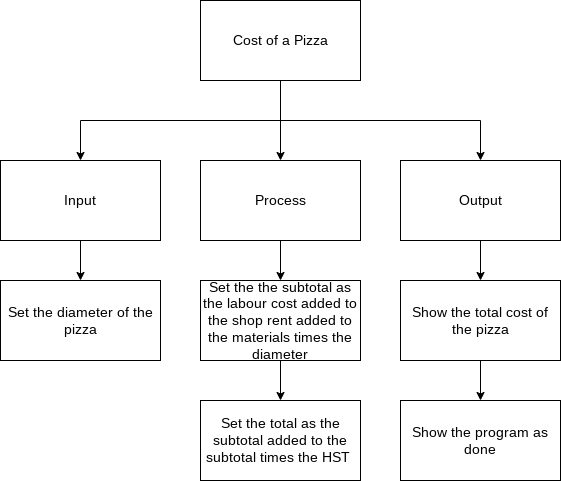
This is design/top_down.png from CristianoSellitto/ICS3U-Unit2-04-Python, a draw.io export, as it was before one commit. Source tidied: cells renumbered, new cells last; positions are measured from the earlier drawing's top-left corner, leaving out a move shared by most shapes.
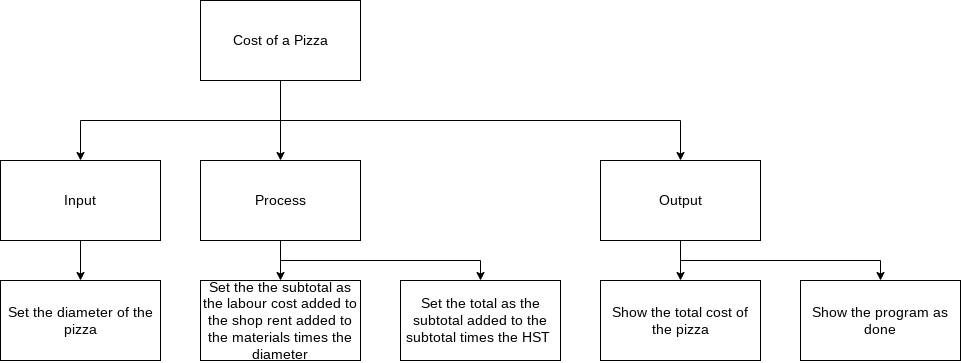
The same file after the commit.

Commit message:
Changed top down design

What changed in the source:
```diff
@@ -13,11 +13,11 @@
         </Array>
       </mxGeometry>
     </mxCell>
-    <mxCell id="4" style="edgeStyle=orthogonalEdgeStyle;rounded=0;html=1;fontSize=14;" parent="1" edge="1" source="5" target="11">
+    <mxCell id="4" style="edgeStyle=orthogonalEdgeStyle;rounded=0;html=1;fontSize=14;entryX=0.5;entryY=0;entryDx=0;entryDy=0;" parent="1" edge="1" source="5" target="11">
       <mxGeometry relative="1" as="geometry">
         <Array as="points">
           <mxPoint x="280" y="120" />
-          <mxPoint x="480" y="120" />
+          <mxPoint x="680" y="120" />
         </Array>
       </mxGeometry>
     </mxCell>
@@ -27,6 +27,9 @@
     <mxCell id="6" style="edgeStyle=orthogonalEdgeStyle;rounded=0;html=1;entryX=0.5;entryY=0;entryDx=0;entryDy=0;fontSize=14;" parent="1" edge="1" source="7" target="14">
       <mxGeometry relative="1" as="geometry" />
     </mxCell>
+    <mxCell id="13" style="edgeStyle=orthogonalEdgeStyle;rounded=0;html=1;entryX=0.5;entryY=0;entryDx=0;entryDy=0;jumpStyle=none;exitX=0.5;exitY=1;exitDx=0;exitDy=0;" parent="1" edge="1" source="7" target="18">
+      <mxGeometry relative="1" as="geometry" />
+    </mxCell>
     <mxCell id="7" value="Process" style="rounded=0;whiteSpace=wrap;html=1;fontSize=14;" parent="1" vertex="1">
       <mxGeometry x="200" y="160" width="160" height="80" as="geometry" />
     </mxCell>
@@ -40,30 +43,25 @@
       <mxGeometry relative="1" as="geometry" />
     </mxCell>
     <mxCell id="11" value="Output" style="rounded=0;whiteSpace=wrap;html=1;fontSize=14;" parent="1" vertex="1">
-      <mxGeometry x="400" y="160" width="160" height="80" as="geometry" />
+      <mxGeometry x="600" y="160" width="160" height="80" as="geometry" />
     </mxCell>
     <mxCell id="12" value="Set the diameter of the pizza" style="rounded=0;whiteSpace=wrap;html=1;fontSize=14;" parent="1" vertex="1">
       <mxGeometry y="280" width="160" height="80" as="geometry" />
     </mxCell>
-    <mxCell id="13" style="edgeStyle=none;html=1;entryX=0.5;entryY=0;entryDx=0;entryDy=0;" parent="1" edge="1" source="14" target="18">
-      <mxGeometry relative="1" as="geometry" />
-    </mxCell>
     <mxCell id="14" value="Set the the subtotal as the labour cost added to the shop rent added to the materials times the diameter" style="rounded=0;whiteSpace=wrap;html=1;fontSize=14;" parent="1" vertex="1">
       <mxGeometry x="200" y="280" width="160" height="80" as="geometry" />
     </mxCell>
-    <mxCell id="15" style="edgeStyle=orthogonalEdgeStyle;rounded=0;html=1;entryX=0.5;entryY=0;entryDx=0;entryDy=0;fontSize=14;" parent="1" edge="1" source="16">
-      <mxGeometry relative="1" as="geometry">
-        <mxPoint x="480" y="400" as="targetPoint" />
-      </mxGeometry>
+    <mxCell id="15" style="edgeStyle=orthogonalEdgeStyle;rounded=0;html=1;entryX=0.5;entryY=0;entryDx=0;entryDy=0;fontSize=14;exitX=0.5;exitY=1;exitDx=0;exitDy=0;" parent="1" edge="1" source="11" target="17">
+      <mxGeometry relative="1" as="geometry" />
     </mxCell>
     <mxCell id="16" value="Show the total cost of the pizza" style="rounded=0;whiteSpace=wrap;html=1;fontSize=14;" parent="1" vertex="1">
-      <mxGeometry x="400" y="280" width="160" height="80" as="geometry" />
+      <mxGeometry x="600" y="280" width="160" height="80" as="geometry" />
     </mxCell>
     <mxCell id="17" value="Show the program as done" style="rounded=0;whiteSpace=wrap;html=1;fontSize=14;" parent="1" vertex="1">
-      <mxGeometry x="400" y="400" width="160" height="80" as="geometry" />
+      <mxGeometry x="800" y="280" width="160" height="80" as="geometry" />
     </mxCell>
     <mxCell id="18" value="Set the total as the subtotal added to the subtotal times the HST&amp;nbsp;" style="rounded=0;whiteSpace=wrap;html=1;fontSize=14;" parent="1" vertex="1">
-      <mxGeometry x="200" y="400" width="160" height="80" as="geometry" />
+      <mxGeometry x="400" y="280" width="160" height="80" as="geometry" />
     </mxCell>
   </root>
 </mxGraphModel>
```
